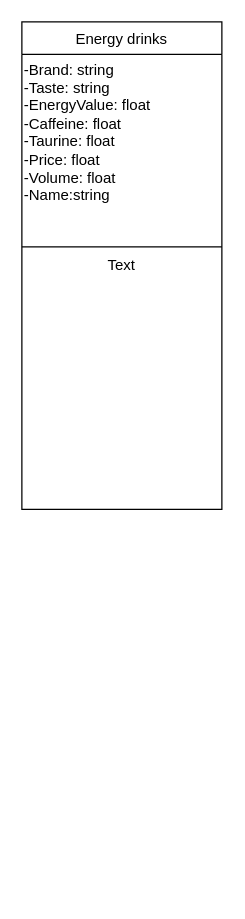
Earlier version of the draw.io diagram Untitled Diagram.drawio (RinaBoni/oop). Source tidied: cells renumbered, new cells numbered last; positions are measured from the earlier drawing's top-left corner, leaving out a move shared by most shapes. Both pictures are drawn from the tidied source at 125%, with x=0, y=0 at pixel (21, 21).
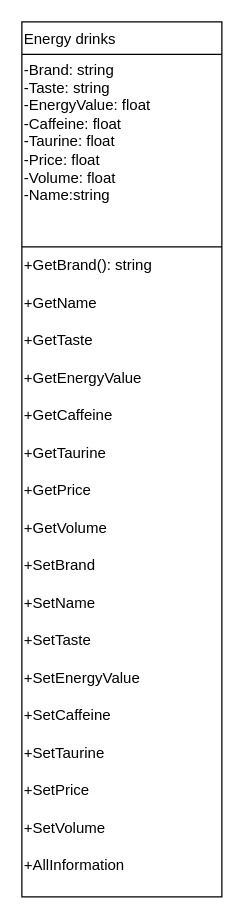
Above is the later version.

Unchanged cells that the change refers to:
```xml
<mxCell id="3" value="&lt;div&gt;-Brand: string&lt;/div&gt;&lt;div&gt;-Taste: string&lt;/div&gt;&lt;div&gt;-EnergyValue: float&lt;/div&gt;&lt;div&gt;-Сaffeine: float&amp;nbsp;&lt;/div&gt;&lt;div&gt;-Taurine: float&lt;/div&gt;&lt;div&gt;-Price: float&lt;br&gt;&lt;/div&gt;&lt;div&gt;-Volume: float&lt;br&gt;&lt;/div&gt;&lt;div&gt;-Name:string&lt;/div&gt;&lt;div&gt;&lt;br&gt;&lt;/div&gt;&lt;div&gt;&lt;br&gt;&lt;/div&gt;" style="text;html=1;strokeColor=none;fillColor=none;align=left;verticalAlign=middle;whiteSpace=wrap;rounded=0;" parent="2" vertex="1">
  <mxGeometry y="26" width="160" height="154" as="geometry" />
</mxCell>
```

Change to the diagram source:
```diff
@@
-    <mxCell id="2" value="Energy drinks" style="swimlane;fontStyle=0;align=center;verticalAlign=top;horizontal=1;startSize=26;rounded=0;shadow=0;strokeWidth=1;" parent="1" vertex="1">
-      <mxGeometry width="160" height="390" as="geometry" />
+    <mxCell id="2" value="Energy drinks" style="swimlane;fontStyle=0;align=left;verticalAlign=top;horizontal=1;startSize=26;rounded=0;shadow=0;strokeWidth=1;" parent="1" vertex="1">
+      <mxGeometry width="160" height="700" as="geometry" />
     </mxCell>
@@
-    <mxCell id="4" style="endArrow=none;html=1;rounded=0;entryX=1;entryY=1;entryDx=0;entryDy=0;exitX=0;exitY=1;exitDx=0;exitDy=0;" parent="2" edge="1" source="3" target="3">
+    <mxCell id="4" style="endArrow=none;html=1;rounded=0;entryX=1;entryY=1;entryDx=0;entryDy=0;exitX=0;exitY=1;exitDx=0;exitDy=0;align=left;" parent="2" edge="1" source="3" target="3">
       <mxGeometry relative="1" as="geometry" />
     </mxCell>
-    <mxCell id="5" value="Text" style="text;html=1;strokeColor=none;fillColor=none;align=center;verticalAlign=middle;whiteSpace=wrap;rounded=0;" parent="2" vertex="1">
+    <mxCell id="5" value="+GetBrand(): string" style="text;html=1;strokeColor=none;fillColor=none;align=left;verticalAlign=middle;whiteSpace=wrap;rounded=0;" parent="2" vertex="1">
       <mxGeometry y="180" width="160" height="30" as="geometry" />
     </mxCell>
-    <mxCell id="6" value="&lt;div&gt;&lt;br&gt;&lt;/div&gt;&lt;div&gt;&lt;br&gt;&lt;/div&gt;" style="text;html=1;strokeColor=none;fillColor=none;align=left;verticalAlign=middle;whiteSpace=wrap;rounded=0;" parent="2" vertex="1">
-      <mxGeometry y="210" width="160" height="180" as="geometry" />
-    </mxCell>
+    <mxCell id="7" value="+GetName" style="text;html=1;strokeColor=none;fillColor=none;align=left;verticalAlign=middle;whiteSpace=wrap;rounded=0;" parent="2" vertex="1">
+      <mxGeometry y="210" width="160" height="30" as="geometry" />
+    </mxCell>
+    <mxCell id="8" value="+GetTaste" style="text;html=1;strokeColor=none;fillColor=none;align=left;verticalAlign=middle;whiteSpace=wrap;rounded=0;" parent="2" vertex="1">
+      <mxGeometry y="240" width="160" height="30" as="geometry" />
+    </mxCell>
+    <mxCell id="9" value="+GetEnergyValue" style="text;html=1;strokeColor=none;fillColor=none;align=left;verticalAlign=middle;whiteSpace=wrap;rounded=0;" parent="2" vertex="1">
+      <mxGeometry y="270" width="160" height="30" as="geometry" />
+    </mxCell>
+    <mxCell id="10" value="+GetСaffeine" style="text;html=1;strokeColor=none;fillColor=none;align=left;verticalAlign=middle;whiteSpace=wrap;rounded=0;" parent="2" vertex="1">
+      <mxGeometry y="300" width="160" height="30" as="geometry" />
+    </mxCell>
+    <mxCell id="11" value="+GetTaurine" style="text;html=1;strokeColor=none;fillColor=none;align=left;verticalAlign=middle;whiteSpace=wrap;rounded=0;" parent="2" vertex="1">
+      <mxGeometry y="330" width="160" height="30" as="geometry" />
+    </mxCell>
+    <mxCell id="12" value="+GetPrice" style="text;html=1;strokeColor=none;fillColor=none;align=left;verticalAlign=middle;whiteSpace=wrap;rounded=0;" parent="2" vertex="1">
+      <mxGeometry y="360" width="160" height="30" as="geometry" />
+    </mxCell>
+    <mxCell id="13" value="+GetVolume" style="text;html=1;strokeColor=none;fillColor=none;align=left;verticalAlign=middle;whiteSpace=wrap;rounded=0;" parent="2" vertex="1">
+      <mxGeometry y="390" width="160" height="30" as="geometry" />
+    </mxCell>
+    <mxCell id="14" value="+SetBrand" style="text;html=1;strokeColor=none;fillColor=none;align=left;verticalAlign=middle;whiteSpace=wrap;rounded=0;" parent="2" vertex="1">
+      <mxGeometry y="420" width="160" height="30" as="geometry" />
+    </mxCell>
+    <mxCell id="15" value="+SetName" style="text;html=1;strokeColor=none;fillColor=none;align=left;verticalAlign=middle;whiteSpace=wrap;rounded=0;" parent="2" vertex="1">
+      <mxGeometry y="450" width="160" height="30" as="geometry" />
+    </mxCell>
+    <mxCell id="16" value="+SetTaste" style="text;html=1;strokeColor=none;fillColor=none;align=left;verticalAlign=middle;whiteSpace=wrap;rounded=0;" parent="2" vertex="1">
+      <mxGeometry y="480" width="160" height="30" as="geometry" />
+    </mxCell>
+    <mxCell id="17" value="+SetEnergyValue" style="text;html=1;strokeColor=none;fillColor=none;align=left;verticalAlign=middle;whiteSpace=wrap;rounded=0;" parent="2" vertex="1">
+      <mxGeometry y="510" width="160" height="30" as="geometry" />
+    </mxCell>
+    <mxCell id="18" value="+SetСaffeine" style="text;html=1;strokeColor=none;fillColor=none;align=left;verticalAlign=middle;whiteSpace=wrap;rounded=0;" parent="2" vertex="1">
+      <mxGeometry y="540" width="160" height="30" as="geometry" />
+    </mxCell>
+    <mxCell id="19" value="+SetTaurine" style="text;html=1;strokeColor=none;fillColor=none;align=left;verticalAlign=middle;whiteSpace=wrap;rounded=0;" parent="2" vertex="1">
+      <mxGeometry y="570" width="160" height="30" as="geometry" />
+    </mxCell>
+    <mxCell id="20" value="+SetPrice" style="text;html=1;strokeColor=none;fillColor=none;align=left;verticalAlign=middle;whiteSpace=wrap;rounded=0;" parent="2" vertex="1">
+      <mxGeometry y="600" width="160" height="30" as="geometry" />
+    </mxCell>
+    <mxCell id="21" value="+SetVolume" style="text;html=1;strokeColor=none;fillColor=none;align=left;verticalAlign=middle;whiteSpace=wrap;rounded=0;" parent="2" vertex="1">
+      <mxGeometry y="630" width="160" height="30" as="geometry" />
+    </mxCell>
+    <mxCell id="22" value="+AllInformation" style="text;html=1;strokeColor=none;fillColor=none;align=left;verticalAlign=middle;whiteSpace=wrap;rounded=0;" parent="2" vertex="1">
+      <mxGeometry y="660" width="160" height="30" as="geometry" />
+    </mxCell>
```
